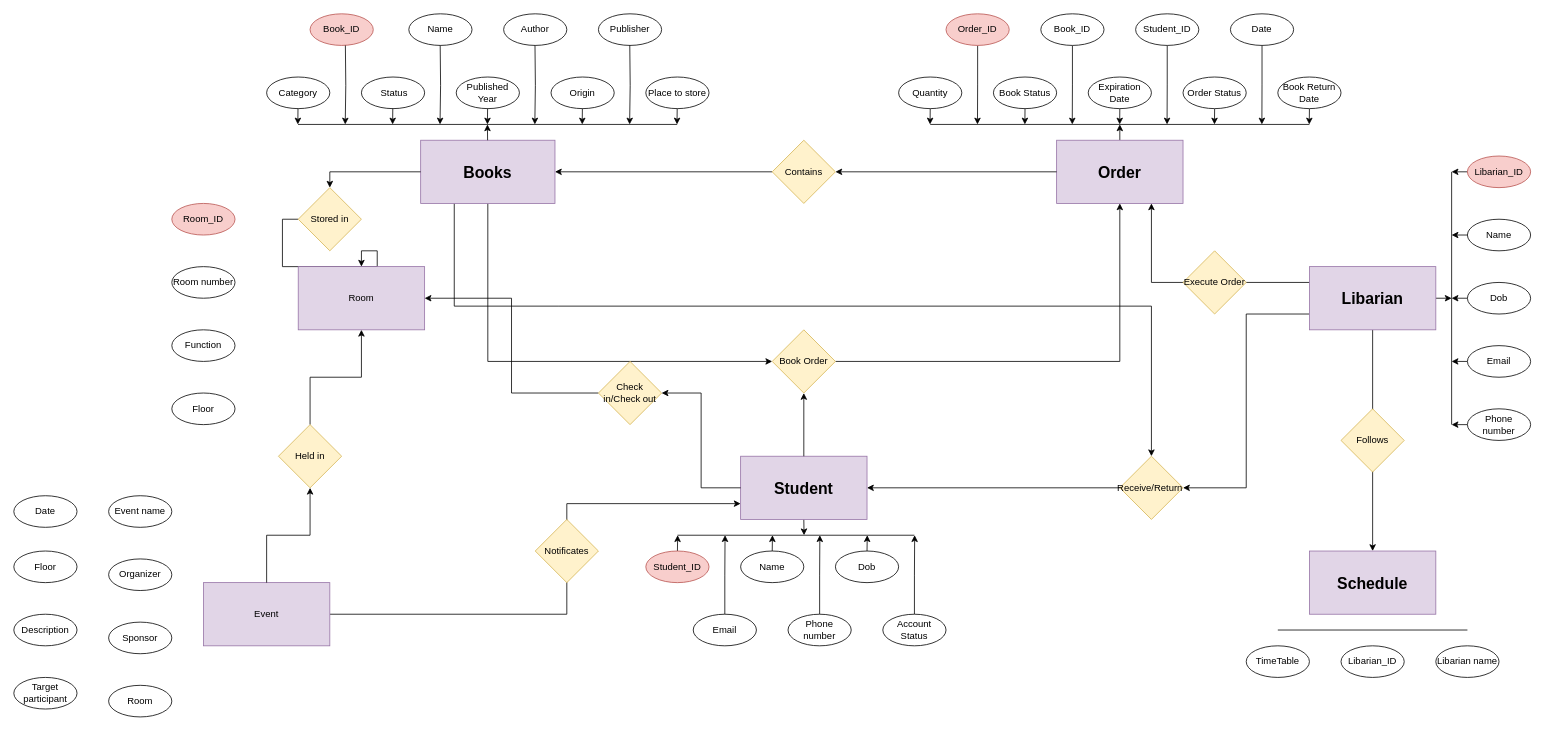
Dovanvu09/LibraryManagement keeps this draw.io diagram as erd.drawio. Above is the earlier version. Source tidied: cells renumbered, new cells numbered last; positions are measured from the earlier drawing's top-left corner, leaving out a move shared by most shapes. Both pictures are drawn from the tidied source at 79%, with x=0, y=0 at pixel (13, 13).
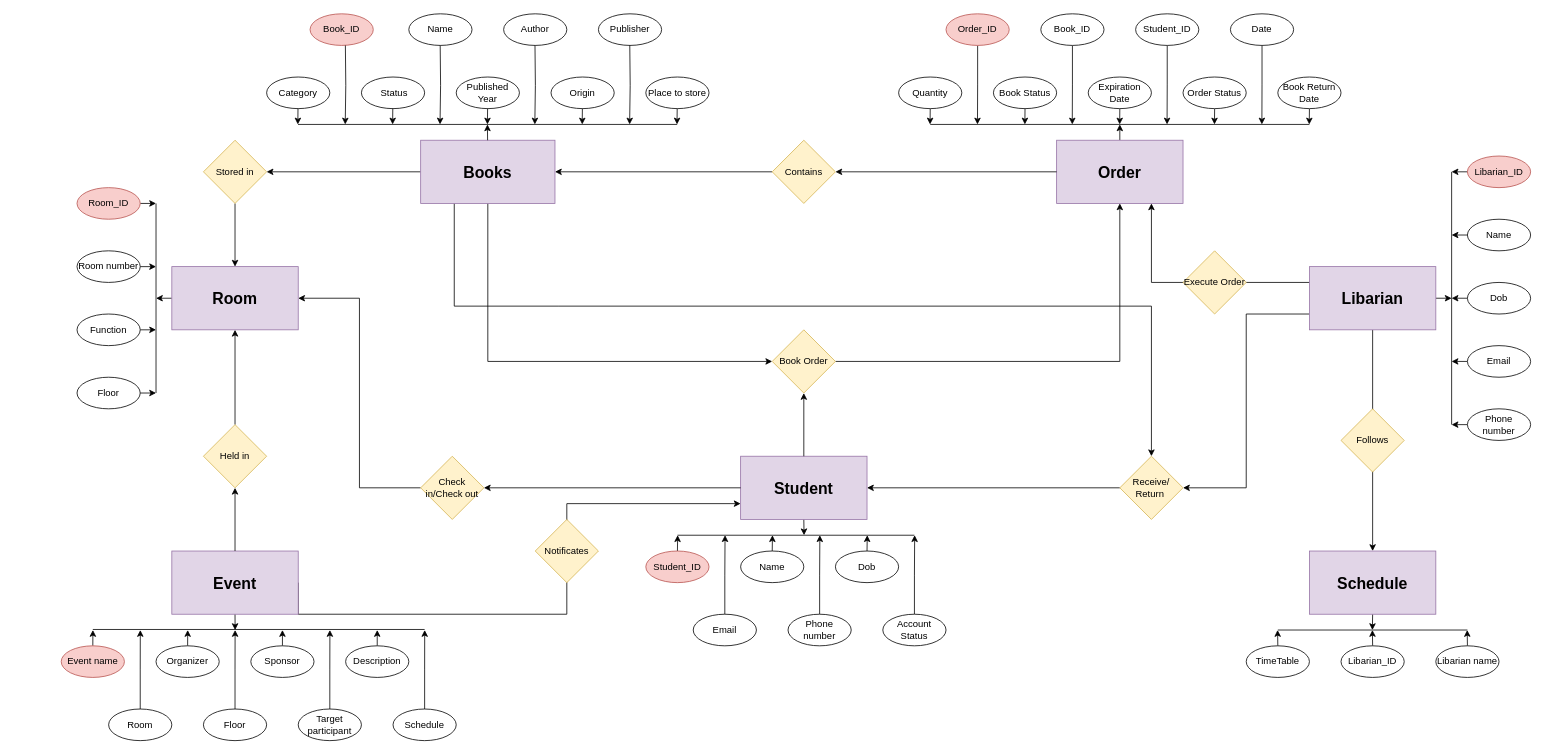
The same page after the edit.

Commit message (it also covers changes not shown here):
Cập nhật erd.drawio

Unchanged cells that the change refers to:
```xml
<mxCell id="8" value="&lt;font style=&quot;font-size: 20px;&quot;&gt;&lt;b&gt;Books&lt;/b&gt;&lt;/font&gt;" style="rounded=0;whiteSpace=wrap;html=1;fillColor=#e1d5e7;strokeColor=#9673a6;" parent="1" vertex="1">
  <mxGeometry x="515" y="160" width="170" height="80" as="geometry" />
</mxCell>
<mxCell id="49" value="&lt;font style=&quot;font-size: 20px;&quot;&gt;&lt;b&gt;Schedule&lt;/b&gt;&lt;/font&gt;" style="rounded=0;whiteSpace=wrap;html=1;fillColor=#e1d5e7;strokeColor=#9673a6;" parent="1" vertex="1">
  <mxGeometry x="1640" y="680" width="160" height="80" as="geometry" />
</mxCell>
<mxCell id="50" value="Libarian name" style="ellipse;whiteSpace=wrap;html=1;" parent="1" vertex="1">
  <mxGeometry x="1800" y="800" width="80" height="40" as="geometry" />
</mxCell>
<mxCell id="51" value="Libarian_ID" style="ellipse;whiteSpace=wrap;html=1;" parent="1" vertex="1">
  <mxGeometry x="1680" y="800" width="80" height="40" as="geometry" />
</mxCell>
<mxCell id="52" value="TimeTable" style="ellipse;whiteSpace=wrap;html=1;" parent="1" vertex="1">
  <mxGeometry x="1560" y="800" width="80" height="40" as="geometry" />
</mxCell>
```

Diff of the diagram source:
```diff
@@
-    <mxCell id="5" style="edgeStyle=orthogonalEdgeStyle;rounded=0;jettySize=auto;html=1;exitX=0;exitY=0.5;exitDx=0;exitDy=0;entryX=0.5;entryY=0;entryDx=0;entryDy=0;" parent="1" edge="1" source="97" target="14">
-      <mxGeometry relative="1" as="geometry" />
-    </mxCell>
@@
+    <mxCell id="96" style="edgeStyle=orthogonalEdgeStyle;rounded=0;jettySize=auto;html=1;exitX=0;exitY=0.5;exitDx=0;exitDy=0;entryX=1;entryY=0.5;entryDx=0;entryDy=0;" parent="1" edge="1" source="8" target="97">
+      <mxGeometry relative="1" as="geometry" />
+    </mxCell>
@@
+    <mxCell id="117" style="edgeStyle=orthogonalEdgeStyle;rounded=0;jettySize=auto;html=1;exitX=0;exitY=0.5;exitDx=0;exitDy=0;" parent="1" edge="1" source="14">
+      <mxGeometry relative="1" as="geometry">
+        <mxPoint x="180" y="360" as="targetPoint" />
+      </mxGeometry>
+    </mxCell>
-    <mxCell id="14" value="Room" style="rounded=0;whiteSpace=wrap;html=1;fillColor=#e1d5e7;strokeColor=#9673a6;" parent="1" vertex="1">
-      <mxGeometry x="360" y="320" width="160" height="80" as="geometry" />
+    <mxCell id="14" value="&lt;b&gt;&lt;font style=&quot;font-size: 20px;&quot;&gt;Room&lt;/font&gt;&lt;/b&gt;" style="rounded=0;whiteSpace=wrap;html=1;fillColor=#e1d5e7;strokeColor=#9673a6;" parent="1" vertex="1">
+      <mxGeometry x="200" y="320" width="160" height="80" as="geometry" />
     </mxCell>
@@
+    <mxCell id="118" style="edgeStyle=orthogonalEdgeStyle;rounded=0;jettySize=auto;html=1;exitX=1;exitY=0.5;exitDx=0;exitDy=0;" parent="1" edge="1" source="37">
+      <mxGeometry relative="1" as="geometry">
+        <mxPoint x="180" y="240" as="targetPoint" />
+      </mxGeometry>
+    </mxCell>
     <mxCell id="37" value="Room_ID" style="ellipse;whiteSpace=wrap;html=1;fillColor=#f8cecc;strokeColor=#b85450;" parent="1" vertex="1">
-      <mxGeometry x="200" y="240" width="80" height="40" as="geometry" />
+      <mxGeometry x="80" y="220" width="80" height="40" as="geometry" />
     </mxCell>
+    <mxCell id="119" style="edgeStyle=orthogonalEdgeStyle;rounded=0;jettySize=auto;html=1;exitX=1;exitY=0.5;exitDx=0;exitDy=0;" parent="1" edge="1" source="38">
+      <mxGeometry relative="1" as="geometry">
+        <mxPoint x="180" y="480" as="targetPoint" />
+      </mxGeometry>
+    </mxCell>
     <mxCell id="38" value="Floor" style="ellipse;whiteSpace=wrap;html=1;" parent="1" vertex="1">
-      <mxGeometry x="200" y="480" width="80" height="40" as="geometry" />
+      <mxGeometry x="80" y="460" width="80" height="40" as="geometry" />
     </mxCell>
+    <mxCell id="120" style="edgeStyle=orthogonalEdgeStyle;rounded=0;jettySize=auto;html=1;exitX=1;exitY=0.5;exitDx=0;exitDy=0;" parent="1" edge="1" source="39">
+      <mxGeometry relative="1" as="geometry">
+        <mxPoint x="180" y="400" as="targetPoint" />
+      </mxGeometry>
+    </mxCell>
     <mxCell id="39" value="Function" style="ellipse;whiteSpace=wrap;html=1;" parent="1" vertex="1">
-      <mxGeometry x="200" y="400" width="80" height="40" as="geometry" />
+      <mxGeometry x="80" y="380" width="80" height="40" as="geometry" />
     </mxCell>
+    <mxCell id="121" style="edgeStyle=orthogonalEdgeStyle;rounded=0;jettySize=auto;html=1;exitX=1;exitY=0.5;exitDx=0;exitDy=0;" parent="1" edge="1" source="40">
+      <mxGeometry relative="1" as="geometry">
+        <mxPoint x="180" y="320" as="targetPoint" />
+      </mxGeometry>
+    </mxCell>
     <mxCell id="40" value="Room number" style="ellipse;whiteSpace=wrap;html=1;" parent="1" vertex="1">
-      <mxGeometry x="200" y="320" width="80" height="40" as="geometry" />
+      <mxGeometry x="80" y="300" width="80" height="40" as="geometry" />
     </mxCell>
@@
+    <mxCell id="122" style="edgeStyle=orthogonalEdgeStyle;rounded=0;jettySize=auto;html=1;exitX=0.5;exitY=1;exitDx=0;exitDy=0;" parent="1" edge="1" source="49">
+      <mxGeometry relative="1" as="geometry">
+        <mxPoint x="1719.7" y="780" as="targetPoint" />
+      </mxGeometry>
+    </mxCell>
@@
+    <mxCell id="123" style="edgeStyle=orthogonalEdgeStyle;rounded=0;jettySize=auto;html=1;exitX=0.5;exitY=0;exitDx=0;exitDy=0;" parent="1" edge="1" source="50">
+      <mxGeometry relative="1" as="geometry">
+        <mxPoint x="1839.7" y="780" as="targetPoint" />
+      </mxGeometry>
+    </mxCell>
@@
+    <mxCell id="124" style="edgeStyle=orthogonalEdgeStyle;rounded=0;jettySize=auto;html=1;exitX=0.5;exitY=0;exitDx=0;exitDy=0;" parent="1" edge="1" source="51">
+      <mxGeometry relative="1" as="geometry">
+        <mxPoint x="1719.7" y="780" as="targetPoint" />
+      </mxGeometry>
+    </mxCell>
@@
+    <mxCell id="125" style="edgeStyle=orthogonalEdgeStyle;rounded=0;jettySize=auto;html=1;exitX=0.5;exitY=0;exitDx=0;exitDy=0;" parent="1" edge="1" source="52">
+      <mxGeometry relative="1" as="geometry">
+        <mxPoint x="1599.7" y="780" as="targetPoint" />
+      </mxGeometry>
+    </mxCell>
@@
+    <mxCell id="126" style="edgeStyle=orthogonalEdgeStyle;rounded=0;jettySize=auto;html=1;exitX=0.5;exitY=1;exitDx=0;exitDy=0;" parent="1" edge="1" source="55">
+      <mxGeometry relative="1" as="geometry">
+        <mxPoint x="280.1" y="780" as="targetPoint" />
+      </mxGeometry>
+    </mxCell>
-    <mxCell id="55" value="Event" style="rounded=0;whiteSpace=wrap;html=1;fillColor=#e1d5e7;strokeColor=#9673a6;" parent="1" vertex="1">
-      <mxGeometry x="240" y="720" width="160" height="80" as="geometry" />
+    <mxCell id="55" value="&lt;b&gt;&lt;font style=&quot;font-size: 20px;&quot;&gt;Event&lt;/font&gt;&lt;/b&gt;" style="rounded=0;whiteSpace=wrap;html=1;fillColor=#e1d5e7;strokeColor=#9673a6;" parent="1" vertex="1">
+      <mxGeometry x="200" y="680" width="160" height="80" as="geometry" />
     </mxCell>
+    <mxCell id="127" style="edgeStyle=orthogonalEdgeStyle;rounded=0;jettySize=auto;html=1;exitX=0.5;exitY=0;exitDx=0;exitDy=0;" parent="1" edge="1" source="56">
+      <mxGeometry relative="1" as="geometry">
+        <mxPoint x="100.1" y="780" as="targetPoint" />
+      </mxGeometry>
+    </mxCell>
-    <mxCell id="56" value="Event name" style="ellipse;whiteSpace=wrap;html=1;" parent="1" vertex="1">
-      <mxGeometry x="120" y="610" width="80" height="40" as="geometry" />
+    <mxCell id="56" value="Event name" style="ellipse;whiteSpace=wrap;html=1;fillColor=#f8cecc;strokeColor=#b85450;" parent="1" vertex="1">
+      <mxGeometry x="60" y="800" width="80" height="40" as="geometry" />
     </mxCell>
+    <mxCell id="128" style="edgeStyle=orthogonalEdgeStyle;rounded=0;jettySize=auto;html=1;exitX=0.5;exitY=0;exitDx=0;exitDy=0;" parent="1" edge="1" source="57">
+      <mxGeometry relative="1" as="geometry">
+        <mxPoint x="160.1" y="780" as="targetPoint" />
+      </mxGeometry>
+    </mxCell>
     <mxCell id="57" value="Room" style="ellipse;whiteSpace=wrap;html=1;" parent="1" vertex="1">
-      <mxGeometry x="120" y="850" width="80" height="40" as="geometry" />
+      <mxGeometry x="120" y="880" width="80" height="40" as="geometry" />
     </mxCell>
+    <mxCell id="129" style="edgeStyle=orthogonalEdgeStyle;rounded=0;jettySize=auto;html=1;exitX=0.5;exitY=0;exitDx=0;exitDy=0;" parent="1" edge="1" source="58">
+      <mxGeometry relative="1" as="geometry">
+        <mxPoint x="340" y="780" as="targetPoint" />
+      </mxGeometry>
+    </mxCell>
     <mxCell id="58" value="Sponsor" style="ellipse;whiteSpace=wrap;html=1;" parent="1" vertex="1">
-      <mxGeometry x="120" y="770" width="80" height="40" as="geometry" />
+      <mxGeometry x="300" y="800" width="80" height="40" as="geometry" />
     </mxCell>
+    <mxCell id="130" style="edgeStyle=orthogonalEdgeStyle;rounded=0;jettySize=auto;html=1;exitX=0.5;exitY=0;exitDx=0;exitDy=0;" parent="1" edge="1" source="59">
+      <mxGeometry relative="1" as="geometry">
+        <mxPoint x="220.1" y="780" as="targetPoint" />
+      </mxGeometry>
+    </mxCell>
     <mxCell id="59" value="Organizer" style="ellipse;whiteSpace=wrap;html=1;" parent="1" vertex="1">
-      <mxGeometry x="120" y="690" width="80" height="40" as="geometry" />
+      <mxGeometry x="180" y="800" width="80" height="40" as="geometry" />
     </mxCell>
+    <mxCell id="131" style="edgeStyle=orthogonalEdgeStyle;rounded=0;jettySize=auto;html=1;exitX=0.5;exitY=0;exitDx=0;exitDy=0;" parent="1" edge="1" source="60">
+      <mxGeometry relative="1" as="geometry">
+        <mxPoint x="520.1" y="780" as="targetPoint" />
+      </mxGeometry>
+    </mxCell>
-    <mxCell id="60" value="Date" style="ellipse;whiteSpace=wrap;html=1;" parent="1" vertex="1">
-      <mxGeometry y="610" width="80" height="40" as="geometry" />
+    <mxCell id="60" value="Schedule" style="ellipse;whiteSpace=wrap;html=1;" parent="1" vertex="1">
+      <mxGeometry x="480" y="880" width="80" height="40" as="geometry" />
     </mxCell>
+    <mxCell id="132" style="edgeStyle=orthogonalEdgeStyle;rounded=0;jettySize=auto;html=1;exitX=0.5;exitY=0;exitDx=0;exitDy=0;" parent="1" edge="1" source="61">
+      <mxGeometry relative="1" as="geometry">
+        <mxPoint x="280.1" y="780" as="targetPoint" />
+      </mxGeometry>
+    </mxCell>
     <mxCell id="61" value="Floor" style="ellipse;whiteSpace=wrap;html=1;" parent="1" vertex="1">
-      <mxGeometry y="680" width="80" height="40" as="geometry" />
+      <mxGeometry x="240" y="880" width="80" height="40" as="geometry" />
     </mxCell>
@@
-    <mxCell id="88" value="Receive/Return&amp;nbsp;" style="rhombus;whiteSpace=wrap;html=1;fillColor=#fff2cc;strokeColor=#d6b656;" parent="1" vertex="1">
+    <mxCell id="88" value="Receive/&lt;div&gt;Return&amp;nbsp;&lt;/div&gt;" style="rhombus;whiteSpace=wrap;html=1;fillColor=#fff2cc;strokeColor=#d6b656;" parent="1" vertex="1">
       <mxGeometry x="1400" y="560" width="80" height="80" as="geometry" />
     </mxCell>
@@
     <mxCell id="90" value="Held in" style="rhombus;whiteSpace=wrap;html=1;fillColor=#fff2cc;strokeColor=#d6b656;" parent="1" vertex="1">
-      <mxGeometry x="335" y="520" width="80" height="80" as="geometry" />
+      <mxGeometry x="240" y="520" width="80" height="80" as="geometry" />
     </mxCell>
@@
     <mxCell id="92" value="Check in/Check out" style="rhombus;whiteSpace=wrap;html=1;fillColor=#fff2cc;strokeColor=#d6b656;" parent="1" vertex="1">
-      <mxGeometry x="740" y="440" width="80" height="80" as="geometry" />
+      <mxGeometry x="515" y="560" width="80" height="80" as="geometry" />
     </mxCell>
@@
-    <mxCell id="96" style="edgeStyle=orthogonalEdgeStyle;rounded=0;jettySize=auto;html=1;exitX=0;exitY=0.5;exitDx=0;exitDy=0;entryX=0.5;entryY=0;entryDx=0;entryDy=0;" parent="1" edge="1" source="8" target="97">
-      <mxGeometry relative="1" as="geometry" />
-    </mxCell>
+    <mxCell id="5" style="edgeStyle=orthogonalEdgeStyle;rounded=0;jettySize=auto;html=1;exitX=0.5;exitY=1;exitDx=0;exitDy=0;entryX=0.5;entryY=0;entryDx=0;entryDy=0;" parent="1" edge="1" source="97" target="14">
+      <mxGeometry relative="1" as="geometry" />
+    </mxCell>
     <mxCell id="97" value="Stored in" style="rhombus;whiteSpace=wrap;html=1;fillColor=#fff2cc;strokeColor=#d6b656;" parent="1" vertex="1">
-      <mxGeometry x="360" y="220" width="80" height="80" as="geometry" />
+      <mxGeometry x="240" y="160" width="80" height="80" as="geometry" />
     </mxCell>
+    <mxCell id="133" style="edgeStyle=orthogonalEdgeStyle;rounded=0;jettySize=auto;html=1;exitX=0.5;exitY=0;exitDx=0;exitDy=0;" parent="1" edge="1" source="98">
+      <mxGeometry relative="1" as="geometry">
+        <mxPoint x="460" y="780" as="targetPoint" />
+      </mxGeometry>
+    </mxCell>
     <mxCell id="98" value="Description" style="ellipse;whiteSpace=wrap;html=1;" parent="1" vertex="1">
-      <mxGeometry y="760" width="80" height="40" as="geometry" />
+      <mxGeometry x="420" y="800" width="80" height="40" as="geometry" />
     </mxCell>
+    <mxCell id="134" style="edgeStyle=orthogonalEdgeStyle;rounded=0;jettySize=auto;html=1;exitX=0.5;exitY=0;exitDx=0;exitDy=0;" parent="1" edge="1" source="99">
+      <mxGeometry relative="1" as="geometry">
+        <mxPoint x="400.1" y="780" as="targetPoint" />
+      </mxGeometry>
+    </mxCell>
     <mxCell id="99" value="Target participant" style="ellipse;whiteSpace=wrap;html=1;" parent="1" vertex="1">
-      <mxGeometry y="840" width="80" height="40" as="geometry" />
+      <mxGeometry x="360" y="880" width="80" height="40" as="geometry" />
     </mxCell>
@@
+    <mxCell id="135" style="endArrow=none;html=1;rounded=0;" parent="1" edge="1">
+      <mxGeometry relative="1" as="geometry">
+        <mxPoint x="180" y="480" as="sourcePoint" />
+        <mxPoint x="180" y="240" as="targetPoint" />
+      </mxGeometry>
+    </mxCell>
+    <mxCell id="136" style="endArrow=none;html=1;rounded=0;" parent="1" edge="1">
+      <mxGeometry relative="1" as="geometry">
+        <mxPoint x="100" y="779.3" as="sourcePoint" />
+        <mxPoint x="520" y="779.3" as="targetPoint" />
+      </mxGeometry>
+    </mxCell>
```
